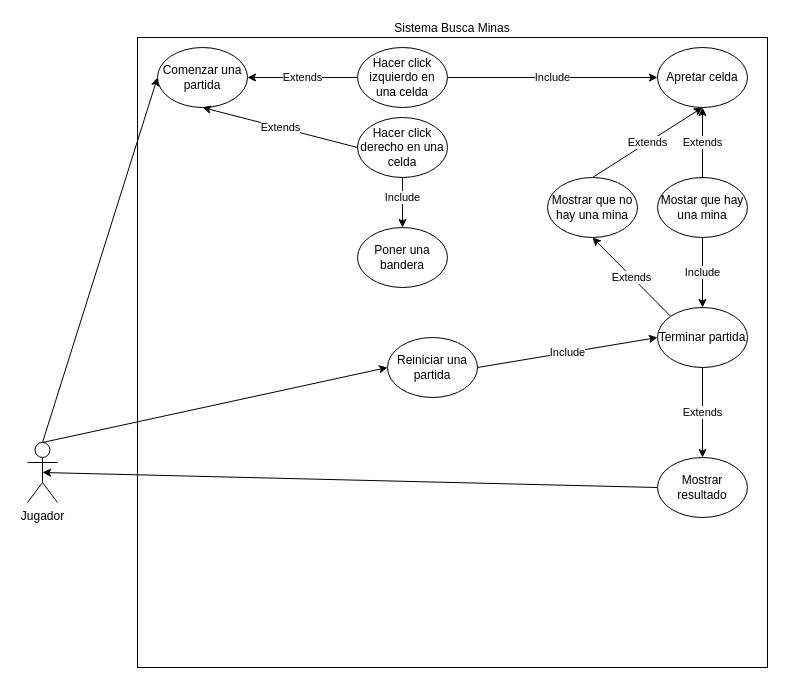
RenatoAtencio/ProyectoArquitecturaDeSoftware keeps this draw.io diagram as Diagramas/DiagramaCasosDeUso.drawio. Above is the earlier version. Source tidied: cells renumbered, new cells numbered last; positions are measured from the earlier drawing's top-left corner, leaving out a move shared by most shapes. Both pictures are drawn from the tidied source at 100%, with x=0, y=0 at pixel (27, 37).
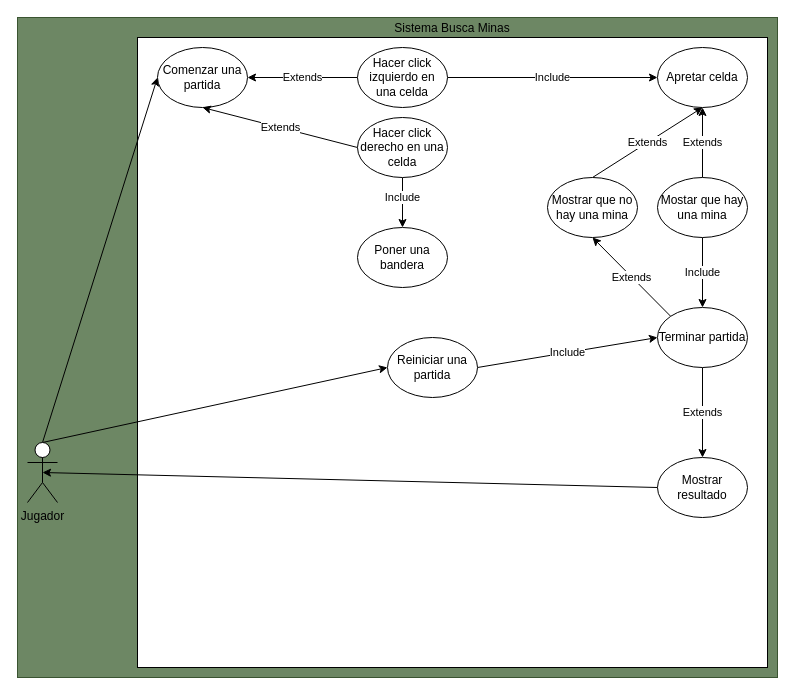
After the change.

Change to the diagram source:
```diff
@@
+    <mxCell id="27" style="rounded=0;whiteSpace=wrap;html=1;fillStyle=auto;strokeColor=#3A5431;fillColor=#6d8764;fontColor=#ffffff;" parent="1" vertex="1">
+      <mxGeometry x="-10" y="-20" width="760" height="660" as="geometry" />
+    </mxCell>
```
